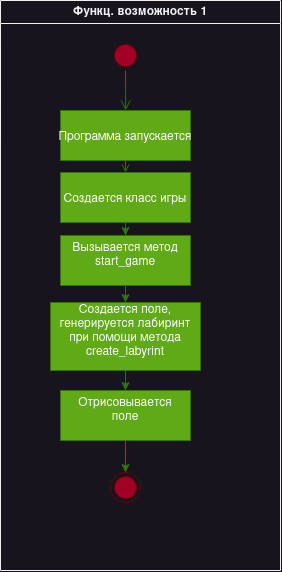
This is doc/UML_AD_1.drawio.png from Alyoksi/Labyrinth, a draw.io export, as it was before one commit. Source tidied: cells renumbered, new cells last; positions are measured from the earlier drawing's top-left corner, leaving out a move shared by most shapes. Its diagram source:
```xml
<mxGraphModel>
  <root>
    <mxCell id="0" />
    <mxCell id="1" parent="0" />
    <mxCell id="2" value="Функц. возможность 1" style="swimlane;whiteSpace=wrap;" parent="1" vertex="1">
      <mxGeometry width="280" height="570" as="geometry" />
    </mxCell>
    <mxCell id="3" style="ellipse;shape=startState;fillColor=#a20025;strokeColor=#6F0000;fontColor=#ffffff;" parent="2" vertex="1">
      <mxGeometry x="110" y="40" width="30" height="30" as="geometry" />
    </mxCell>
    <mxCell id="4" style="edgeStyle=elbowEdgeStyle;elbow=horizontal;verticalAlign=bottom;endArrow=open;endSize=8;strokeColor=#2D7600;endFill=1;rounded=0;fillColor=#60a917;" parent="2" edge="1" source="3" target="5">
      <mxGeometry x="100" y="40" as="geometry" />
    </mxCell>
    <mxCell id="5" value="Программа запускается" style="fillColor=#60a917;fontColor=#ffffff;strokeColor=#2D7600;" parent="2" vertex="1">
      <mxGeometry x="60" y="110" width="130" height="50" as="geometry" />
    </mxCell>
    <mxCell id="6" style="edgeStyle=orthogonalEdgeStyle;rounded=0;jettySize=auto;html=1;entryX=0.5;entryY=0;entryDx=0;entryDy=0;fillColor=#60a917;strokeColor=#2D7600;" parent="2" edge="1" source="7" target="10">
      <mxGeometry relative="1" as="geometry" />
    </mxCell>
    <mxCell id="7" value="Создается класс игры" style="fillColor=#60a917;fontColor=#ffffff;strokeColor=#2D7600;" parent="2" vertex="1">
      <mxGeometry x="60" y="172" width="130" height="50" as="geometry" />
    </mxCell>
    <mxCell id="8" style="endArrow=open;strokeColor=#2D7600;endFill=1;rounded=0;fillColor=#60a917;" parent="2" edge="1" source="5" target="7">
      <mxGeometry relative="1" as="geometry" />
    </mxCell>
    <mxCell id="9" style="edgeStyle=orthogonalEdgeStyle;rounded=0;jettySize=auto;html=1;entryX=0.5;entryY=0;entryDx=0;entryDy=0;fillColor=#60a917;strokeColor=#2D7600;" parent="2" edge="1" source="10" target="12">
      <mxGeometry relative="1" as="geometry" />
    </mxCell>
    <mxCell id="10" value="Вызывается метод&#10;start_game&#10;" style="fillColor=#60a917;fontColor=#ffffff;strokeColor=#2D7600;" parent="2" vertex="1">
      <mxGeometry x="60" y="235" width="130" height="50" as="geometry" />
    </mxCell>
    <mxCell id="11" style="edgeStyle=orthogonalEdgeStyle;rounded=0;jettySize=auto;html=1;fillColor=#60a917;strokeColor=#2D7600;" parent="2" edge="1" source="12" target="14">
      <mxGeometry relative="1" as="geometry" />
    </mxCell>
    <mxCell id="12" value="Создается поле,&#10;генерируется лабиринт&#10;при помощи метода &#10;create_labyrint&#10;" style="fillColor=#60a917;fontColor=#ffffff;strokeColor=#2D7600;" parent="2" vertex="1">
      <mxGeometry x="50" y="302" width="150" height="68" as="geometry" />
    </mxCell>
    <mxCell id="13" style="edgeStyle=orthogonalEdgeStyle;rounded=0;jettySize=auto;html=1;entryX=0.5;entryY=0;entryDx=0;entryDy=0;fillColor=#60a917;strokeColor=#2D7600;" parent="2" edge="1" source="14" target="15">
      <mxGeometry relative="1" as="geometry" />
    </mxCell>
    <mxCell id="14" value="Отрисовывается&#10;поле&#10;" style="fillColor=#60a917;fontColor=#ffffff;strokeColor=#2D7600;" parent="2" vertex="1">
      <mxGeometry x="60" y="390" width="130" height="50" as="geometry" />
    </mxCell>
    <mxCell id="15" style="ellipse;shape=endState;fillColor=#a20025;strokeColor=#6F0000;fontColor=#ffffff;" parent="2" vertex="1">
      <mxGeometry x="110" y="472" width="30" height="30" as="geometry" />
    </mxCell>
  </root>
</mxGraphModel>
```
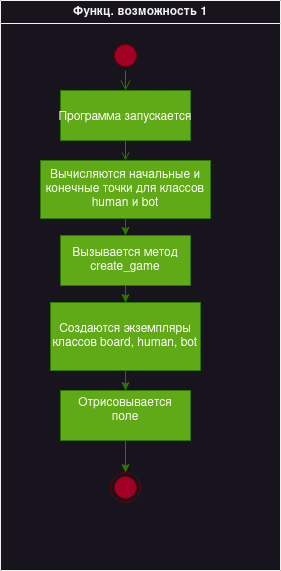
Later version of the same file.

Change to the diagram source:
```diff
@@ -12,13 +12,13 @@
       <mxGeometry x="100" y="40" as="geometry" />
     </mxCell>
     <mxCell id="5" value="Программа запускается" style="fillColor=#60a917;fontColor=#ffffff;strokeColor=#2D7600;" parent="2" vertex="1">
-      <mxGeometry x="60" y="110" width="130" height="50" as="geometry" />
+      <mxGeometry x="60" y="90" width="130" height="50" as="geometry" />
     </mxCell>
     <mxCell id="6" style="edgeStyle=orthogonalEdgeStyle;rounded=0;jettySize=auto;html=1;entryX=0.5;entryY=0;entryDx=0;entryDy=0;fillColor=#60a917;strokeColor=#2D7600;" parent="2" edge="1" source="7" target="10">
       <mxGeometry relative="1" as="geometry" />
     </mxCell>
-    <mxCell id="7" value="Создается класс игры" style="fillColor=#60a917;fontColor=#ffffff;strokeColor=#2D7600;" parent="2" vertex="1">
-      <mxGeometry x="60" y="172" width="130" height="50" as="geometry" />
+    <mxCell id="7" value="Вычисляются начальные и конечные точки для классов human и bot" style="fillColor=#60a917;fontColor=#ffffff;strokeColor=#2D7600;whiteSpace=wrap;" parent="2" vertex="1">
+      <mxGeometry x="40" y="160" width="170" height="58" as="geometry" />
     </mxCell>
     <mxCell id="8" style="endArrow=open;strokeColor=#2D7600;endFill=1;rounded=0;fillColor=#60a917;" parent="2" edge="1" source="5" target="7">
       <mxGeometry relative="1" as="geometry" />
@@ -26,13 +26,13 @@
     <mxCell id="9" style="edgeStyle=orthogonalEdgeStyle;rounded=0;jettySize=auto;html=1;entryX=0.5;entryY=0;entryDx=0;entryDy=0;fillColor=#60a917;strokeColor=#2D7600;" parent="2" edge="1" source="10" target="12">
       <mxGeometry relative="1" as="geometry" />
     </mxCell>
-    <mxCell id="10" value="Вызывается метод&#10;start_game&#10;" style="fillColor=#60a917;fontColor=#ffffff;strokeColor=#2D7600;" parent="2" vertex="1">
+    <mxCell id="10" value="Вызывается метод&#10;create_game" style="fillColor=#60a917;fontColor=#ffffff;strokeColor=#2D7600;whiteSpace=wrap;" parent="2" vertex="1">
       <mxGeometry x="60" y="235" width="130" height="50" as="geometry" />
     </mxCell>
     <mxCell id="11" style="edgeStyle=orthogonalEdgeStyle;rounded=0;jettySize=auto;html=1;fillColor=#60a917;strokeColor=#2D7600;" parent="2" edge="1" source="12" target="14">
       <mxGeometry relative="1" as="geometry" />
     </mxCell>
-    <mxCell id="12" value="Создается поле,&#10;генерируется лабиринт&#10;при помощи метода &#10;create_labyrint&#10;" style="fillColor=#60a917;fontColor=#ffffff;strokeColor=#2D7600;" parent="2" vertex="1">
+    <mxCell id="12" value="Создаются экземпляры классов board, human, bot " style="fillColor=#60a917;fontColor=#ffffff;strokeColor=#2D7600;whiteSpace=wrap;" parent="2" vertex="1">
       <mxGeometry x="50" y="302" width="150" height="68" as="geometry" />
     </mxCell>
     <mxCell id="13" style="edgeStyle=orthogonalEdgeStyle;rounded=0;jettySize=auto;html=1;entryX=0.5;entryY=0;entryDx=0;entryDy=0;fillColor=#60a917;strokeColor=#2D7600;" parent="2" edge="1" source="14" target="15">
```
